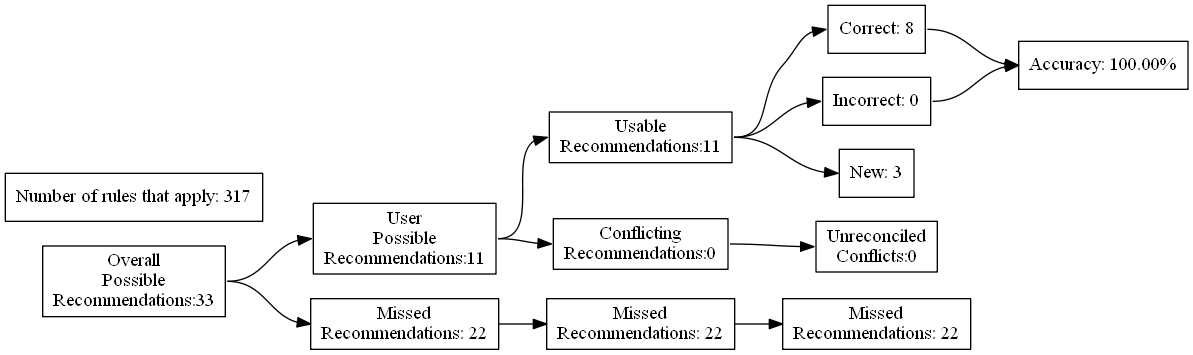
ZaxR/ibd_diet_analysis keeps this Graphviz diagram as test_renders/47.gv.png. Above is the earlier version. Its source is kept beside it as test_renders/47.gv.
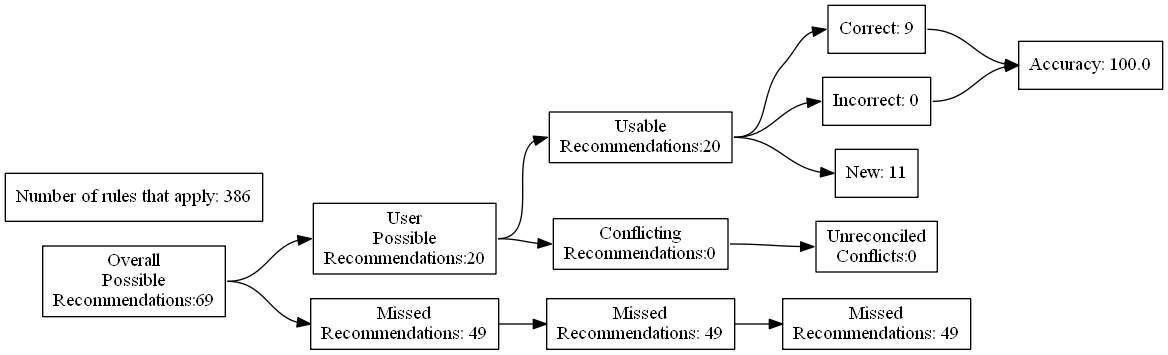
After the change.

The edit, as a diff of the source:
```diff
@@ -4,27 +4,27 @@
 	edge [headport=w tailport=e]
 		A [label="Overall
 Possible
-Recommendations:33"]
+Recommendations:69"]
 		B [label="User
 Possible
-Recommendations:11"]
+Recommendations:20"]
 		C [label="Missed
-Recommendations: 22"]
+Recommendations: 49"]
 		D [label="Usable
-Recommendations:11"]
+Recommendations:20"]
 		E [label="Conflicting
 Recommendations:0"]
 		J [label="Missed
-Recommendations: 22"]
+Recommendations: 49"]
 		M [label="Unreconciled
 Conflicts:0"]
-		F [label="Correct: 8"]
+		F [label="Correct: 9"]
 		G [label="Incorrect: 0"]
-		H [label="New: 3"]
+		H [label="New: 11"]
 		K [label="Missed
-Recommendations: 22"]
-		I [label="Accuracy: 100.00%"]
-		l [label="Number of rules that apply: 317"]
+Recommendations: 49"]
+		I [label="Accuracy: 100.0"]
+		l [label="Number of rules that apply: 386"]
 			A -> B
 			A -> C
 			B -> D
```
